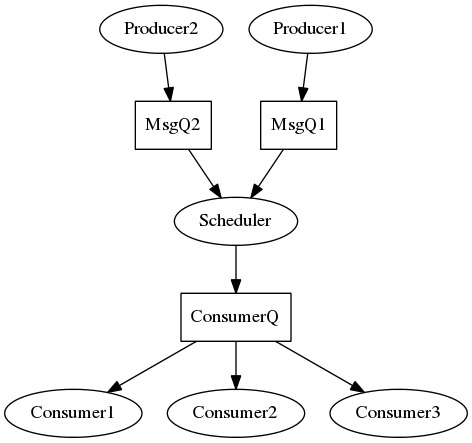
The Graphviz diagram images/sim.png in stevedoyle/msgqsim, before a commit. Its source is kept beside it as images/sim.dot.
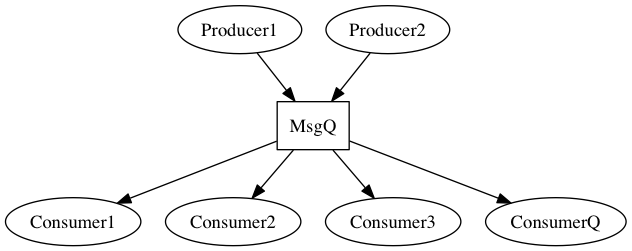
Above is the later version.

Commit message:
Updating sim env diagram to reflect the code

Change to the diagram source:
```diff
@@ -1,12 +1,12 @@
 digraph G
 {
-node [shape=box]; MsgQ1; MsgQ2; ConsumerQ;
-node [shape=ellipse]; Producer1; Producer2; Scheduler; Consumer1; Consumer2; Consumer3;
+node [shape=box]; MsgQ;
+node [shape=ellipse]; Producer1; Producer2; Consumer1; Consumer2; Consumer3;
 
-Producer1 -> MsgQ1 -> Scheduler;
-Producer2 -> MsgQ2 -> Scheduler;
-Scheduler -> ConsumerQ;
-ConsumerQ -> Consumer1;
-ConsumerQ -> Consumer2;
-ConsumerQ -> Consumer3;
+Producer1 -> MsgQ;
+Producer2 -> MsgQ;
+MsgQ -> ConsumerQ;
+MsgQ -> Consumer1;
+MsgQ -> Consumer2;
+MsgQ -> Consumer3;
 }
```
